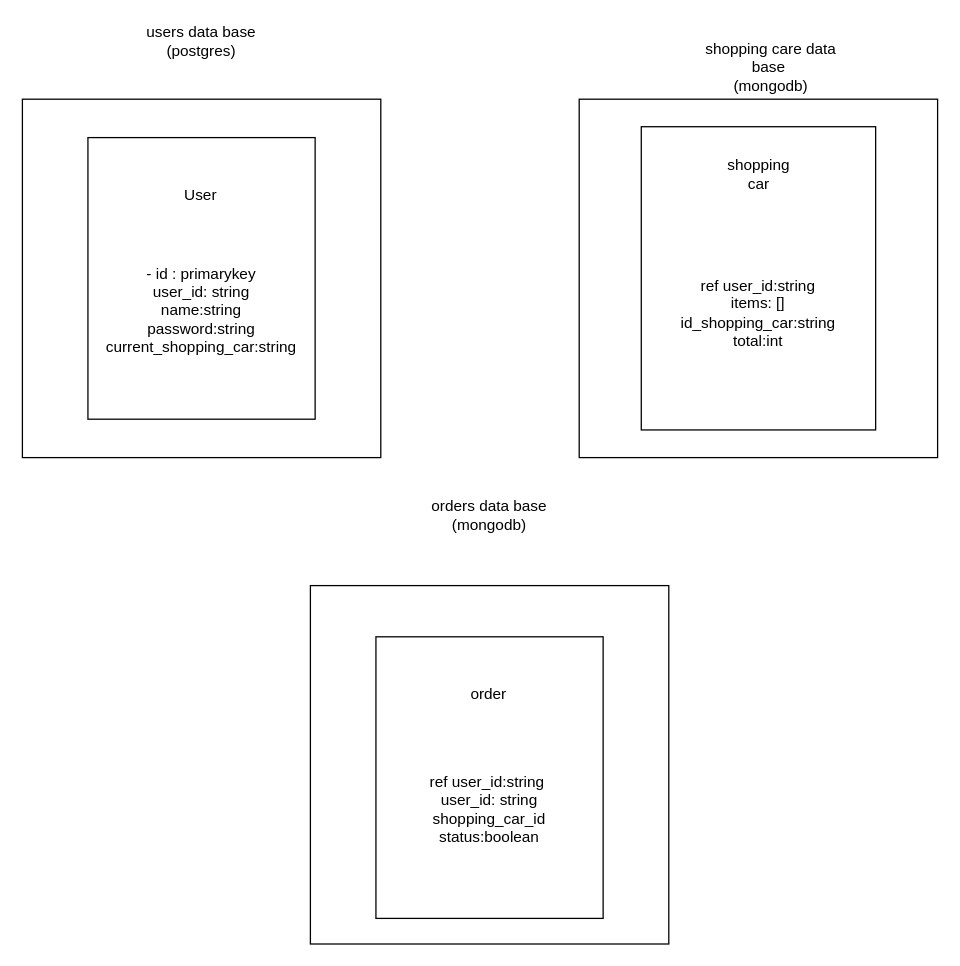
Before: data_bases.drawio in isaacgrimaldo/store-app, a draw.io diagram. Source tidied: cells renumbered, new cells numbered last; positions are measured from the earlier drawing's top-left corner, leaving out a move shared by most shapes. Both pictures are drawn from the tidied source at 128%, with x=0, y=0 at pixel (22, 22).
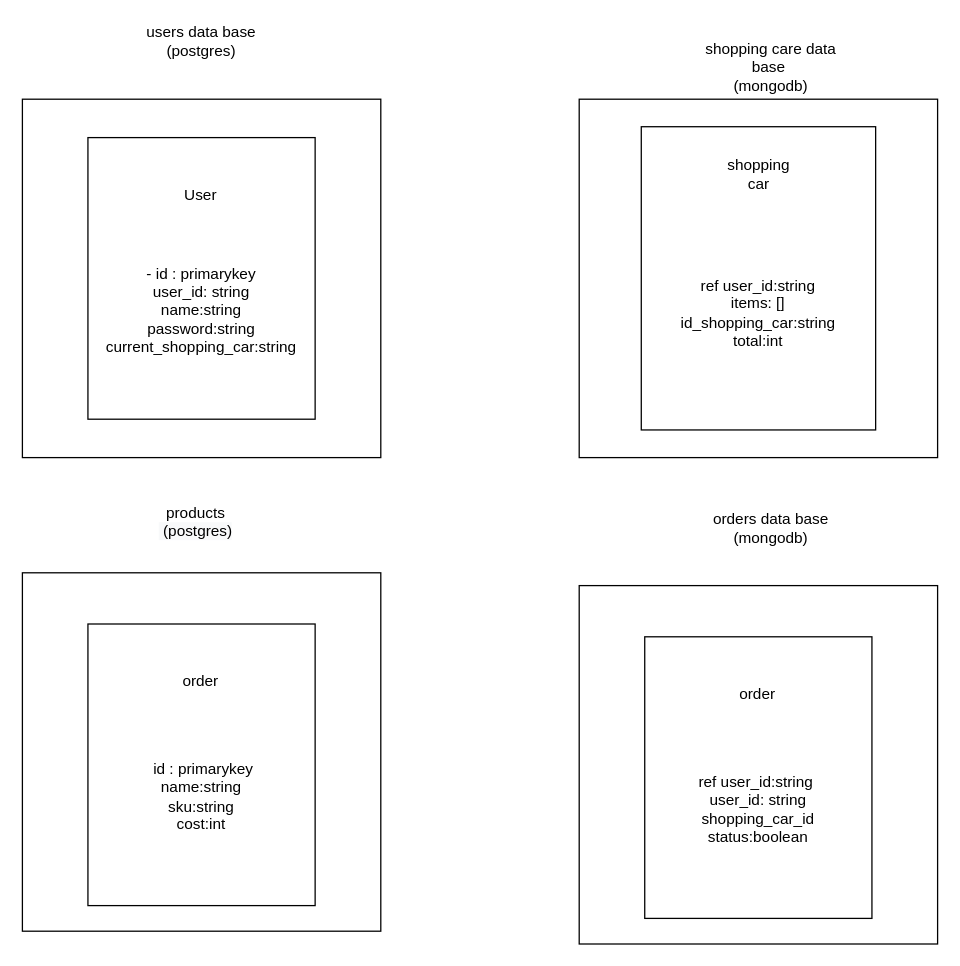
Above is the later version.

Commit message (it also covers changes not shown here):
changed the project and data bases structure

The edit, as a diff of the source:
```diff
@@
     <mxCell id="14" style="whiteSpace=wrap;html=1;" parent="1" vertex="1">
-      <mxGeometry x="225" y="440" width="280" height="280" as="geometry" />
+      <mxGeometry x="435" y="440" width="280" height="280" as="geometry" />
     </mxCell>
@@
     <mxCell id="19" value="orders data base&lt;br&gt;(mongodb)" style="text;html=1;strokeColor=none;fillColor=none;align=center;verticalAlign=middle;whiteSpace=wrap;rounded=0;sketch=0;" parent="1" vertex="1">
-      <mxGeometry x="305" y="360" width="120" height="50" as="geometry" />
+      <mxGeometry x="525" y="370" width="120" height="50" as="geometry" />
     </mxCell>
+    <mxCell id="20" style="whiteSpace=wrap;html=1;" parent="1" vertex="1">
+      <mxGeometry y="430" width="280" height="280" as="geometry" />
+    </mxCell>
+    <mxCell id="21" style="group;" parent="20" vertex="1">
+      <mxGeometry x="51.2" y="40" width="177.5" height="220" as="geometry" />
+    </mxCell>
+    <mxCell id="22" style="rounded=0;whiteSpace=wrap;html=1;sketch=0;" parent="21" vertex="1">
+      <mxGeometry width="177.5" height="220" as="geometry" />
+    </mxCell>
+    <mxCell id="23" value="order" style="text;html=1;strokeColor=none;fillColor=none;align=center;verticalAlign=middle;whiteSpace=wrap;rounded=0;sketch=0;" parent="21" vertex="1">
+      <mxGeometry x="52" y="30" width="73.4" height="30" as="geometry" />
+    </mxCell>
+    <mxCell id="24" value="&lt;span style=&quot;&quot;&gt;&amp;nbsp;id : primarykey&lt;/span&gt;&lt;br style=&quot;&quot;&gt;&lt;span style=&quot;&quot;&gt;name:string&lt;/span&gt;&lt;br style=&quot;&quot;&gt;sku:string&lt;br style=&quot;&quot;&gt;cost:int" style="text;html=1;strokeColor=none;fillColor=none;align=center;verticalAlign=middle;whiteSpace=wrap;rounded=0;" parent="21" vertex="1">
+      <mxGeometry x="33.7" y="70" width="110.2" height="130" as="geometry" />
+    </mxCell>
+    <mxCell id="25" value="&lt;div style=&quot;text-align: center;&quot;&gt;&lt;span style=&quot;background-color: initial;&quot;&gt;products&lt;/span&gt;&lt;/div&gt;&lt;span style=&quot;color: rgb(0, 0, 0); font-family: Helvetica; font-size: 12px; font-style: normal; font-variant-ligatures: normal; font-variant-caps: normal; font-weight: 400; letter-spacing: normal; orphans: 2; text-align: center; text-indent: 0px; text-transform: none; widows: 2; word-spacing: 0px; -webkit-text-stroke-width: 0px; background-color: rgb(248, 249, 250); text-decoration-thickness: initial; text-decoration-style: initial; text-decoration-color: initial; float: none; display: inline !important;&quot;&gt;&amp;nbsp;(postgres)&lt;/span&gt;" style="text;whiteSpace=wrap;html=1;" parent="1" vertex="1">
+      <mxGeometry x="105" y="370" width="103" height="40" as="geometry" />
+    </mxCell>
```
